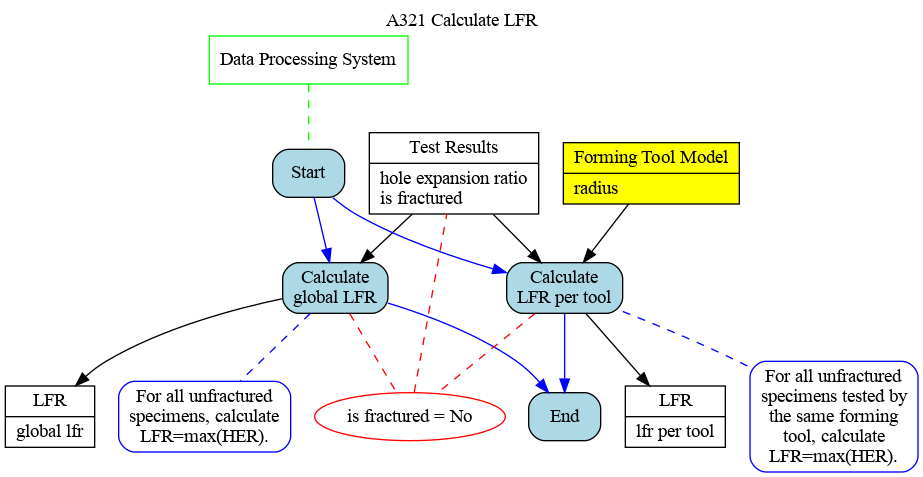
Earlier version of the Graphviz export Ontology_Layer/Behaviour_Model/08_A321.gv.png (ModelsforManufacturing/hole-flanging-by-SPIF-in-a-single-stage). Its source is kept beside it as Ontology_Layer/Behaviour_Model/08_A321.gv. Source of this version:
```dot
digraph behaviourmodel {

labelloc="t"
label="A321 Calculate LFR"

node [shape=record, style=filled, fillcolor=white, color=black]
test [label="{Test Results|hole expansion ratio\lis fractured\l}"];
tool [label="{Forming Tool Model|radius\l}", fillcolor=yellow];
lfr [label="{LFR|global lfr\l}"];
lfr_tool [label="{LFR|lfr per tool\l}"];

node [shape=box, style=filled, fillcolor=white, color=green]
m1 [label="Data Processing System"]

node [shape=box, style="filled, rounded", fillcolor=lightblue, color=black]
Start
t1 [label="Calculate\nglobal LFR"]
t2 [label="Calculate\nLFR per tool"]
End

node [shape=box, style="filled, rounded", fillcolor=white, color=blue]
r1 [label="For all unfractured\nspecimens, calculate\nLFR=max(HER)."]
r2 [label="For all unfractured\nspecimens tested by\nthe same forming\ntool, calculate\nLFR=max(HER)."]

edge [dir=none, color=blue, style=dashed]
t1 -> r1
t2 -> r2

edge [dir=forward, color=blue, fontcolor=blue, style=solid]
Start -> {t1, t2} -> End

edge [dir=none, color=green, style=dashed]
m1 -> Start

edge [dir=forward, color=black, fontcolor=black, style=solid]
test -> t1 -> lfr
{test, tool} -> t2 -> lfr_tool

node [shape=ellipse, style=filled, fillcolor=white, color=red]
c1 [label="is fractured = No"]

edge [dir=none, color=red, style=dashed]
{t1, t2} -> c1 -> test
}
```
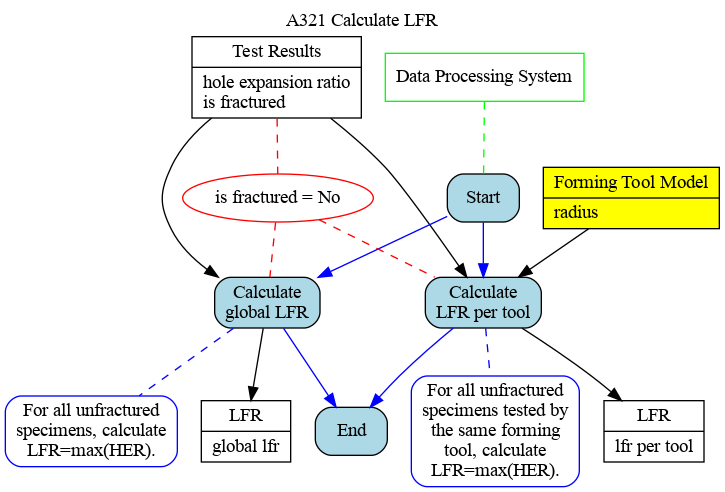
The same diagram one commit later.

The edit, as a diff of the source:
```diff
@@ -40,5 +40,5 @@
 c1 [label="is fractured = No"]
 
 edge [dir=none, color=red, style=dashed]
-{t1, t2} -> c1 -> test
+test -> c1 -> {t1, t2}
 }
```
